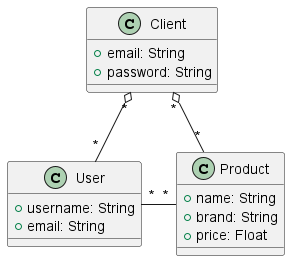
Before: diagrams/1-classes.png, a diagram exported from PlantUML (leomoille/BilmoAPI).
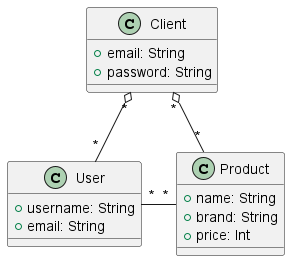
Above is the later version.

Commit message:
Fix wrong type for Product

Change to the diagram source:
```diff
@@ -11,7 +11,7 @@
 class Product {
     + name: String
     + brand: String
-    + price: Float
+    + price: Int
 }
 
 Client "*" o- "*" User
```
